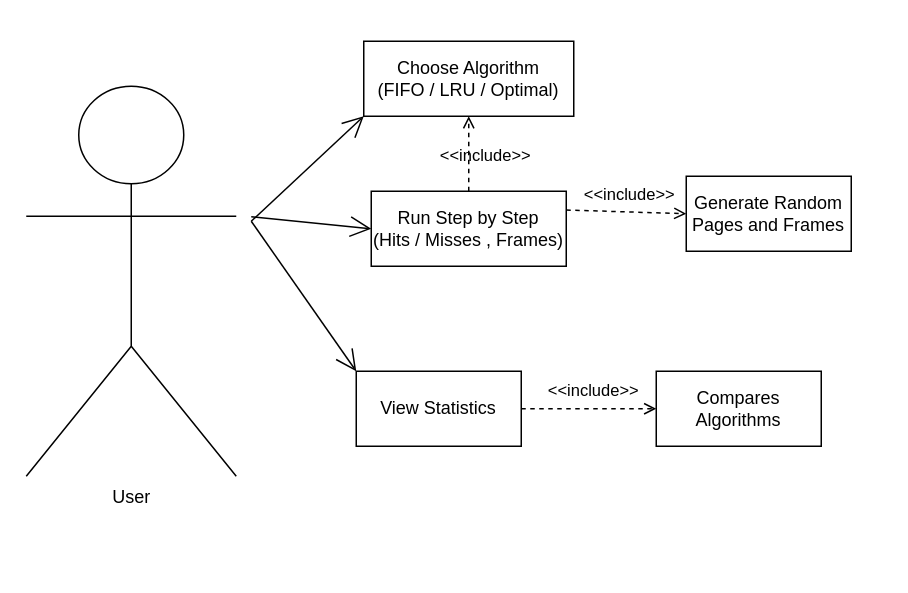
Before: Diagrams/UseCaseDiagram/useCaseDiagramSSC.drawio in PavelCata/VirtualMemorySimulator, a draw.io diagram. Source tidied: cells renumbered, new cells numbered last; positions are measured from the earlier drawing's top-left corner, leaving out a move shared by most shapes. Both pictures are drawn from the tidied source at 150%, with x=0, y=0 at pixel (26, 40).
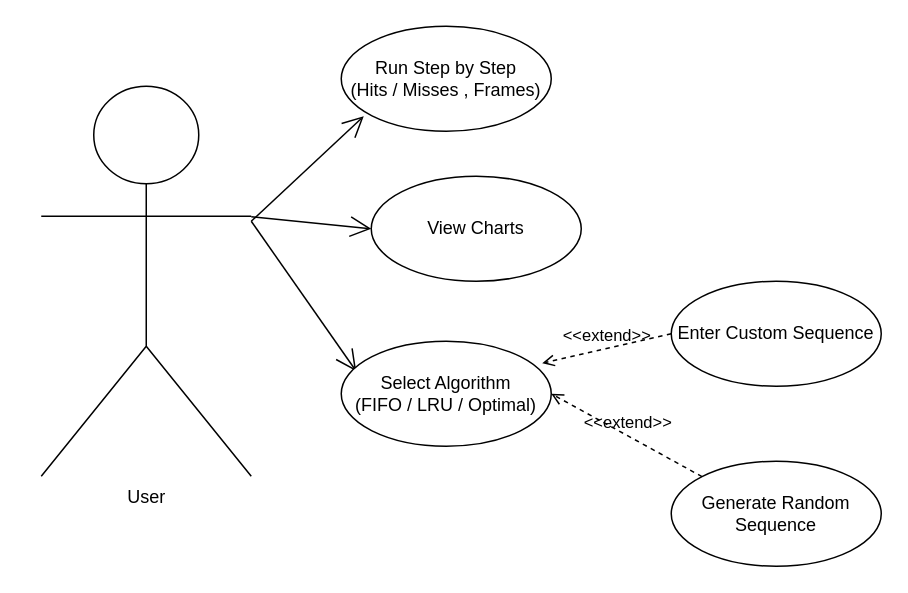
The same diagram, later.

What changed in the source:
```diff
@@
 <mxGraphModel>
   <root>
     <mxCell id="0" />
     <mxCell id="1" parent="0" />
     <mxCell id="2" value="User" style="shape=umlActor;verticalLabelPosition=bottom;verticalAlign=top;html=1;" parent="1" vertex="1">
-      <mxGeometry y="30" width="140" height="260" as="geometry" />
+      <mxGeometry x="10" y="30" width="140" height="260" as="geometry" />
     </mxCell>
-    <mxCell id="3" value="View Statistics" style="html=1;whiteSpace=wrap;" parent="1" vertex="1">
-      <mxGeometry x="220" y="220" width="110" height="50" as="geometry" />
-    </mxCell>
-    <mxCell id="4" value="Run Step by Step&lt;div&gt;(Hits / Misses , Frames)&lt;/div&gt;" style="html=1;whiteSpace=wrap;" parent="1" vertex="1">
-      <mxGeometry x="230" y="100" width="130" height="50" as="geometry" />
-    </mxCell>
-    <mxCell id="5" value="Choose Algorithm&lt;div&gt;(FIFO / LRU / Optimal)&lt;/div&gt;" style="html=1;whiteSpace=wrap;" parent="1" vertex="1">
-      <mxGeometry x="225" width="140" height="50" as="geometry" />
-    </mxCell>
-    <mxCell id="6" value="Generate Random Pages and Frames" style="html=1;whiteSpace=wrap;" parent="1" vertex="1">
-      <mxGeometry x="440" y="90" width="110" height="50" as="geometry" />
-    </mxCell>
-    <mxCell id="7" value="Compares Algorithms" style="html=1;whiteSpace=wrap;" parent="1" vertex="1">
-      <mxGeometry x="420" y="220" width="110" height="50" as="geometry" />
-    </mxCell>
-    <mxCell id="8" style="endArrow=open;endFill=1;endSize=12;html=1;rounded=0;entryX=0;entryY=1;entryDx=0;entryDy=0;" parent="1" edge="1" target="5">
+    <mxCell id="8" style="endArrow=open;endFill=1;endSize=12;html=1;rounded=0;entryX=0;entryY=1;entryDx=0;entryDy=0;" parent="1" edge="1">
       <mxGeometry relative="1" as="geometry">
         <mxPoint x="150" y="120" as="sourcePoint" />
+        <mxPoint x="225" y="50" as="targetPoint" />
       </mxGeometry>
     </mxCell>
-    <mxCell id="9" style="endArrow=open;endFill=1;endSize=12;html=1;rounded=0;entryX=0;entryY=0.5;entryDx=0;entryDy=0;" parent="1" edge="1" target="4">
+    <mxCell id="9" style="endArrow=open;endFill=1;endSize=12;html=1;rounded=0;entryX=0;entryY=0.5;entryDx=0;entryDy=0;" parent="1" edge="1">
       <mxGeometry relative="1" as="geometry">
         <mxPoint x="150" y="117" as="sourcePoint" />
+        <mxPoint x="230" y="125" as="targetPoint" />
       </mxGeometry>
     </mxCell>
-    <mxCell id="10" value="&amp;lt;&amp;lt;include&amp;gt;&amp;gt;" style="html=1;verticalAlign=bottom;labelBackgroundColor=none;endArrow=open;endFill=0;dashed=1;rounded=0;exitX=0.5;exitY=0;exitDx=0;exitDy=0;entryX=0.5;entryY=1;entryDx=0;entryDy=0;" parent="1" edge="1" source="4" target="5">
-      <mxGeometry x="-0.46" y="-11" relative="1" as="geometry">
-        <mxPoint y="-1" as="offset" />
-      </mxGeometry>
-    </mxCell>
-    <mxCell id="11" value="&amp;lt;&amp;lt;include&amp;gt;&amp;gt;" style="html=1;verticalAlign=bottom;labelBackgroundColor=none;endArrow=open;endFill=0;dashed=1;rounded=0;exitX=1;exitY=0.25;exitDx=0;exitDy=0;entryX=0;entryY=0.5;entryDx=0;entryDy=0;" parent="1" edge="1" source="4" target="6">
-      <mxGeometry x="0.06" y="3" relative="1" as="geometry" />
-    </mxCell>
-    <mxCell id="12" style="endArrow=open;endFill=1;endSize=12;html=1;rounded=0;entryX=0;entryY=0;entryDx=0;entryDy=0;" parent="1" edge="1" target="3">
+    <mxCell id="12" style="endArrow=open;endFill=1;endSize=12;html=1;rounded=0;entryX=0;entryY=0;entryDx=0;entryDy=0;" parent="1" edge="1">
       <mxGeometry relative="1" as="geometry">
         <mxPoint x="150" y="120" as="sourcePoint" />
+        <mxPoint x="220" y="220" as="targetPoint" />
       </mxGeometry>
     </mxCell>
-    <mxCell id="13" value="&amp;lt;&amp;lt;include&amp;gt;&amp;gt;" style="html=1;verticalAlign=bottom;labelBackgroundColor=none;endArrow=open;endFill=0;dashed=1;rounded=0;exitX=1;exitY=0.5;exitDx=0;exitDy=0;entryX=0;entryY=0.5;entryDx=0;entryDy=0;" parent="1" edge="1" source="3" target="7">
-      <mxGeometry x="0.06" y="3" relative="1" as="geometry" />
-    </mxCell>
+    <mxCell id="14" value="View Charts" style="ellipse;whiteSpace=wrap;html=1;" parent="1" vertex="1">
+      <mxGeometry x="230" y="90" width="140" height="70" as="geometry" />
+    </mxCell>
+    <mxCell id="15" value="Generate Random Sequence" style="ellipse;whiteSpace=wrap;html=1;" parent="1" vertex="1">
+      <mxGeometry x="430" y="280" width="140" height="70" as="geometry" />
+    </mxCell>
+    <mxCell id="16" value="Enter Custom Sequence" style="ellipse;whiteSpace=wrap;html=1;" parent="1" vertex="1">
+      <mxGeometry x="430" y="160" width="140" height="70" as="geometry" />
+    </mxCell>
+    <mxCell id="4" value="Run Step by Step&lt;div&gt;(Hits / Misses , Frames)&lt;/div&gt;" style="ellipse;whiteSpace=wrap;html=1;" parent="1" vertex="1">
+      <mxGeometry x="210" y="-10" width="140" height="70" as="geometry" />
+    </mxCell>
+    <mxCell id="17" value="Select Algorithm&lt;div&gt;(FIFO / LRU / Optimal)&lt;/div&gt;" style="ellipse;whiteSpace=wrap;html=1;" parent="1" vertex="1">
+      <mxGeometry x="210" y="200" width="140" height="70" as="geometry" />
+    </mxCell>
+    <mxCell id="18" value="&amp;lt;&amp;lt;extend&amp;gt;&amp;gt;" style="html=1;verticalAlign=bottom;labelBackgroundColor=none;endArrow=open;endFill=0;dashed=1;rounded=0;exitX=0;exitY=0;exitDx=0;exitDy=0;entryX=1;entryY=0.5;entryDx=0;entryDy=0;" parent="1" edge="1" source="15" target="17">
+      <mxGeometry relative="1" as="geometry" />
+    </mxCell>
+    <mxCell id="19" value="&amp;lt;&amp;lt;extend&amp;gt;&amp;gt;" style="html=1;verticalAlign=bottom;labelBackgroundColor=none;endArrow=open;endFill=0;dashed=1;rounded=0;exitX=0;exitY=0.5;exitDx=0;exitDy=0;entryX=0.957;entryY=0.209;entryDx=0;entryDy=0;entryPerimeter=0;" parent="1" edge="1" source="16" target="17">
+      <mxGeometry relative="1" as="geometry" />
+    </mxCell>
   </root>
 </mxGraphModel>
```
